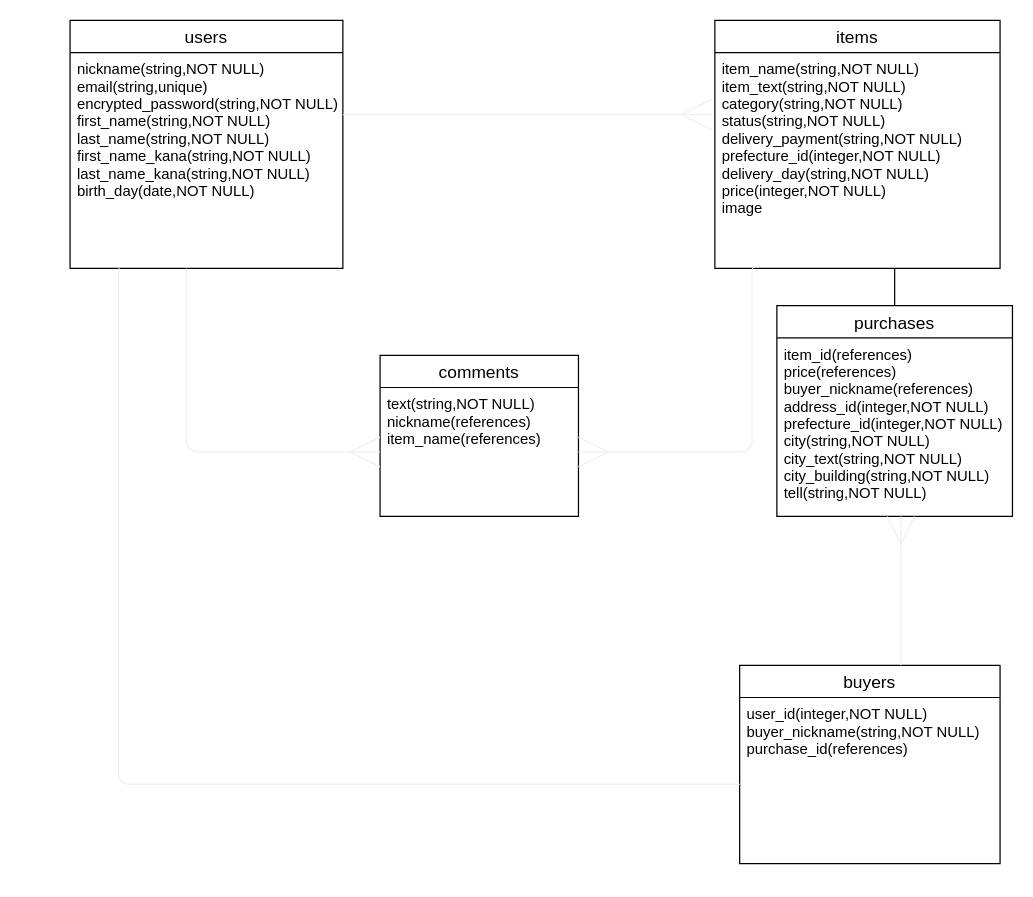
This is ER.dio from shota-ishi73/furima-34251, a draw.io file, before an edit. Source tidied: cells renumbered, new cells numbered last; positions are measured from the earlier drawing's top-left corner, leaving out a move shared by most shapes. Both pictures are drawn from the tidied source at 124%, with x=0, y=0 at pixel (69, 20).
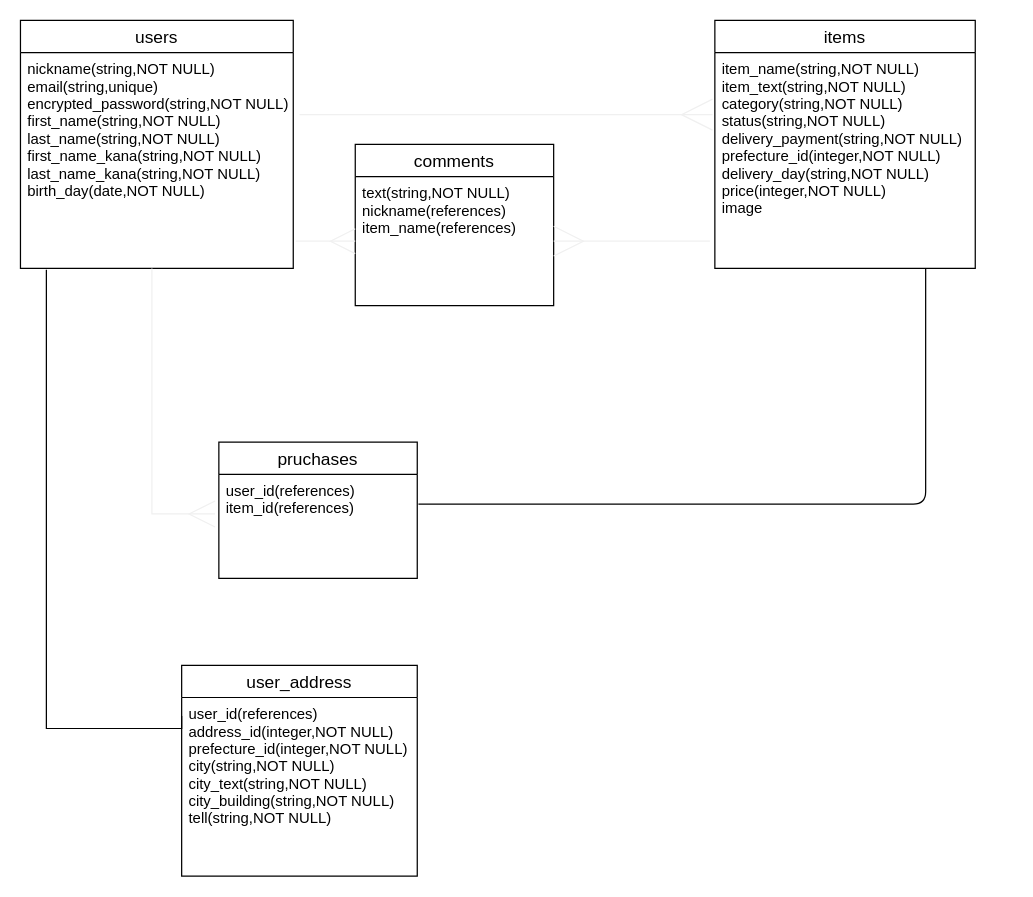
The same diagram, later.

Unchanged cells that the change refers to:
```xml
<mxCell id="3" value="nickname(string,NOT NULL)&#10;email(string,unique)&#10;encrypted_password(string,NOT NULL)&#10;first_name(string,NOT NULL)&#10;last_name(string,NOT NULL)&#10;first_name_kana(string,NOT NULL)&#10;last_name_kana(string,NOT NULL)&#10;birth_day(date,NOT NULL)&#10;" style="text;strokeColor=none;fillColor=none;spacingLeft=4;spacingRight=4;overflow=hidden;points=[[0,0.5],[1,0.5]];portConstraint=eastwest;fontSize=12;" parent="2" vertex="1">
  <mxGeometry y="26" width="220" height="174" as="geometry" />
</mxCell>
<mxCell id="9" value="text(string,NOT NULL)&#10;nickname(references)&#10;item_name(references)" style="text;strokeColor=none;fillColor=none;spacingLeft=4;spacingRight=4;overflow=hidden;points=[[0,0.5],[1,0.5]];portConstraint=eastwest;fontSize=12;" parent="8" vertex="1">
  <mxGeometry y="26" width="160" height="104" as="geometry" />
</mxCell>
```

What changed in the source:
```diff
@@
     <mxCell id="2" value="users" style="swimlane;fontStyle=0;horizontal=1;startSize=26;align=center;fontSize=14;" parent="1" vertex="1">
-      <mxGeometry width="220" height="200" as="geometry" />
+      <mxGeometry x="-40" width="220" height="200" as="geometry" />
     </mxCell>
@@
     <mxCell id="4" value="items" style="swimlane;fontStyle=0;horizontal=1;startSize=26;align=center;fontSize=14;" parent="1" vertex="1">
-      <mxGeometry x="520" width="230" height="200" as="geometry" />
+      <mxGeometry x="520" width="210" height="200" as="geometry" />
     </mxCell>
     <mxCell id="5" value="item_name(string,NOT NULL)&#10;item_text(string,NOT NULL)&#10;category(string,NOT NULL)&#10;status(string,NOT NULL)&#10;delivery_payment(string,NOT NULL)&#10;prefecture_id(integer,NOT NULL)&#10;delivery_day(string,NOT NULL)&#10;price(integer,NOT NULL)&#10;image" style="text;strokeColor=none;fillColor=none;spacingLeft=4;spacingRight=4;overflow=hidden;points=[[0,0.5],[1,0.5]];portConstraint=eastwest;fontSize=12;" parent="4" vertex="1">
-      <mxGeometry y="26" width="230" height="174" as="geometry" />
+      <mxGeometry y="26" width="210" height="174" as="geometry" />
     </mxCell>
-    <mxCell id="6" style="edgeStyle=entityRelationEdgeStyle;fontSize=13;html=1;endArrow=ERmany;endFill=0;entryX=-0.009;entryY=0.287;entryDx=0;entryDy=0;strokeWidth=1;strokeColor=#F0F0F0;jumpSize=5;endSize=23;targetPerimeterSpacing=0;rounded=1;startSize=6;sourcePerimeterSpacing=0;entryPerimeter=0;" parent="1" edge="1" target="5">
-      <mxGeometry relative="1" as="geometry">
-        <mxPoint x="220" y="76" as="sourcePoint" />
-      </mxGeometry>
+    <mxCell id="6" style="edgeStyle=entityRelationEdgeStyle;fontSize=13;html=1;endArrow=ERmany;endFill=0;entryX=-0.009;entryY=0.287;entryDx=0;entryDy=0;strokeWidth=1;strokeColor=#F0F0F0;jumpSize=5;endSize=23;targetPerimeterSpacing=0;rounded=1;startSize=6;sourcePerimeterSpacing=0;entryPerimeter=0;exitX=1.023;exitY=0.287;exitDx=0;exitDy=0;exitPerimeter=0;" parent="1" edge="1" source="3" target="5">
+      <mxGeometry relative="1" as="geometry" />
     </mxCell>
-    <mxCell id="7" style="line;strokeWidth=1;dashed=0;labelPosition=right;align=left;verticalAlign=middle;spacingTop=0;spacingLeft=6;fontSize=13;direction=south;" parent="1" vertex="1">
-      <mxGeometry x="660" y="200" width="10" height="30" as="geometry" />
-    </mxCell>
     <mxCell id="8" value="comments" style="swimlane;fontStyle=0;horizontal=1;startSize=26;align=center;fontSize=14;" parent="1" vertex="1">
-      <mxGeometry x="250" y="270" width="160" height="130" as="geometry" />
+      <mxGeometry x="230" y="100" width="160" height="130" as="geometry" />
     </mxCell>
@@
-    <mxCell id="10" style="edgeStyle=elbowEdgeStyle;fontSize=12;html=1;endArrow=ERmany;endFill=0;strokeColor=#F0F0F0;strokeWidth=1;endSize=22;entryX=1;entryY=0.5;entryDx=0;entryDy=0;exitX=0.139;exitY=0.994;exitDx=0;exitDy=0;exitPerimeter=0;" parent="1" edge="1" source="5" target="9">
+    <mxCell id="10" style="edgeStyle=elbowEdgeStyle;fontSize=12;html=1;endArrow=ERmany;endFill=0;strokeColor=#F0F0F0;strokeWidth=1;endSize=22;entryX=1;entryY=0.5;entryDx=0;entryDy=0;" parent="1" edge="1" target="9">
       <mxGeometry relative="1" as="geometry">
+        <mxPoint x="516" y="178" as="sourcePoint" />
         <Array as="points">
-          <mxPoint x="550" y="240" />
+          <mxPoint x="450" y="190" />
         </Array>
       </mxGeometry>
     </mxCell>
-    <mxCell id="11" style="edgeStyle=elbowEdgeStyle;fontSize=12;html=1;endArrow=ERmany;endFill=0;strokeColor=#F0F0F0;strokeWidth=1;endSize=22;entryX=0;entryY=0.5;entryDx=0;entryDy=0;" parent="1" edge="1" target="9">
+    <mxCell id="11" style="edgeStyle=elbowEdgeStyle;fontSize=12;html=1;endArrow=ERmany;endFill=0;strokeColor=#F0F0F0;strokeWidth=1;endSize=18;entryX=0;entryY=0.5;entryDx=0;entryDy=0;" parent="1" edge="1" target="9">
       <mxGeometry relative="1" as="geometry">
-        <mxPoint x="94" y="200" as="sourcePoint" />
+        <mxPoint x="182" y="178" as="sourcePoint" />
         <Array as="points">
-          <mxPoint x="94" y="280" />
+          <mxPoint x="210" y="178" />
         </Array>
       </mxGeometry>
     </mxCell>
-    <mxCell id="12" value="purchases" style="swimlane;fontStyle=0;horizontal=1;startSize=26;align=center;fontSize=14;strokeWidth=1;" parent="1" vertex="1">
-      <mxGeometry x="570" y="230" width="190" height="170" as="geometry" />
+    <mxCell id="12" value="user_address" style="swimlane;fontStyle=0;horizontal=1;startSize=26;align=center;fontSize=14;strokeWidth=1;" parent="1" vertex="1">
+      <mxGeometry x="90" y="520" width="190" height="170" as="geometry" />
     </mxCell>
-    <mxCell id="13" value="item_id(references)&#10;price(references)&#10;buyer_nickname(references)&#10;address_id(integer,NOT NULL)&#10;prefecture_id(integer,NOT NULL)&#10;city(string,NOT NULL)&#10;city_text(string,NOT NULL)&#10;city_building(string,NOT NULL)&#10;tell(string,NOT NULL)&#10;" style="text;strokeColor=none;fillColor=none;spacingLeft=4;spacingRight=4;overflow=hidden;points=[[0,0.5],[1,0.5]];portConstraint=eastwest;fontSize=12;" parent="12" vertex="1">
+    <mxCell id="13" value="user_id(references)&#10;address_id(integer,NOT NULL)&#10;prefecture_id(integer,NOT NULL)&#10;city(string,NOT NULL)&#10;city_text(string,NOT NULL)&#10;city_building(string,NOT NULL)&#10;tell(string,NOT NULL)&#10;" style="text;strokeColor=none;fillColor=none;spacingLeft=4;spacingRight=4;overflow=hidden;points=[[0,0.5],[1,0.5]];portConstraint=eastwest;fontSize=12;" parent="12" vertex="1">
       <mxGeometry y="26" width="190" height="144" as="geometry" />
     </mxCell>
-    <mxCell id="14" value="buyers" style="swimlane;fontStyle=0;horizontal=1;startSize=26;align=center;fontSize=14;strokeWidth=1;" parent="1" vertex="1">
-      <mxGeometry x="540" y="520" width="210" height="160" as="geometry" />
-    </mxCell>
-    <mxCell id="15" value="user_id(integer,NOT NULL)&#10;buyer_nickname(string,NOT NULL)&#10;purchase_id(references)" style="text;strokeColor=none;fillColor=none;spacingLeft=4;spacingRight=4;overflow=hidden;fontSize=12;" parent="14" vertex="1">
-      <mxGeometry y="26" width="210" height="134" as="geometry" />
-    </mxCell>
-    <mxCell id="16" style="edgeStyle=elbowEdgeStyle;fontSize=12;html=1;endArrow=none;endFill=0;strokeColor=#F0F0F0;strokeWidth=1;endSize=23;" parent="1" edge="1">
-      <mxGeometry relative="1" as="geometry">
-        <mxPoint x="40" y="200" as="sourcePoint" />
-        <mxPoint x="540" y="616" as="targetPoint" />
-        <Array as="points">
-          <mxPoint x="39" y="410" />
-        </Array>
-      </mxGeometry>
-    </mxCell>
-    <mxCell id="17" style="edgeStyle=orthogonalEdgeStyle;fontSize=12;html=1;endArrow=ERmany;strokeColor=#F0F0F0;strokeWidth=1;exitX=0.619;exitY=0;exitDx=0;exitDy=0;exitPerimeter=0;endSize=20;" parent="1" edge="1" source="14">
-      <mxGeometry relative="1" as="geometry">
-        <mxPoint x="670" y="400" as="targetPoint" />
-      </mxGeometry>
-    </mxCell>
+    <mxCell id="18" value="pruchases" style="swimlane;fontStyle=0;horizontal=1;startSize=26;align=center;fontSize=14;" parent="1" vertex="1">
+      <mxGeometry x="120" y="340" width="160" height="110" as="geometry" />
+    </mxCell>
+    <mxCell id="19" value="user_id(references)&#10;item_id(references)" style="text;strokeColor=none;fillColor=none;spacingLeft=4;spacingRight=4;overflow=hidden;points=[[0,0.5],[1,0.5]];portConstraint=eastwest;fontSize=12;" parent="18" vertex="1">
+      <mxGeometry y="26" width="160" height="84" as="geometry" />
+    </mxCell>
+    <mxCell id="20" style="edgeStyle=elbowEdgeStyle;fontSize=12;html=1;endArrow=none;endFill=0;entryX=0.81;entryY=1;entryDx=0;entryDy=0;entryPerimeter=0;exitX=1.006;exitY=0.286;exitDx=0;exitDy=0;exitPerimeter=0;" parent="1" edge="1" source="19" target="5">
+      <mxGeometry relative="1" as="geometry">
+        <Array as="points">
+          <mxPoint x="690" y="280" />
+        </Array>
+      </mxGeometry>
+    </mxCell>
+    <mxCell id="21" style="edgeStyle=elbowEdgeStyle;fontSize=12;html=1;endArrow=ERmany;endFill=0;strokeColor=#F0F0F0;strokeWidth=1;endSize=19;rounded=0;entryX=-0.019;entryY=0.381;entryDx=0;entryDy=0;entryPerimeter=0;" parent="1" edge="1" target="19">
+      <mxGeometry relative="1" as="geometry">
+        <mxPoint x="66" y="200" as="sourcePoint" />
+        <Array as="points">
+          <mxPoint x="66" y="280" />
+        </Array>
+      </mxGeometry>
+    </mxCell>
+    <mxCell id="22" style="endArrow=none;html=1;rounded=0;edgeStyle=orthogonalEdgeStyle;entryX=0;entryY=0.104;entryDx=0;entryDy=0;entryPerimeter=0;exitX=0.095;exitY=1.006;exitDx=0;exitDy=0;exitPerimeter=0;" parent="1" edge="1" source="3" target="13">
+      <mxGeometry relative="1" as="geometry">
+        <Array as="points">
+          <mxPoint x="-19" y="571" />
+        </Array>
+      </mxGeometry>
+    </mxCell>
```
